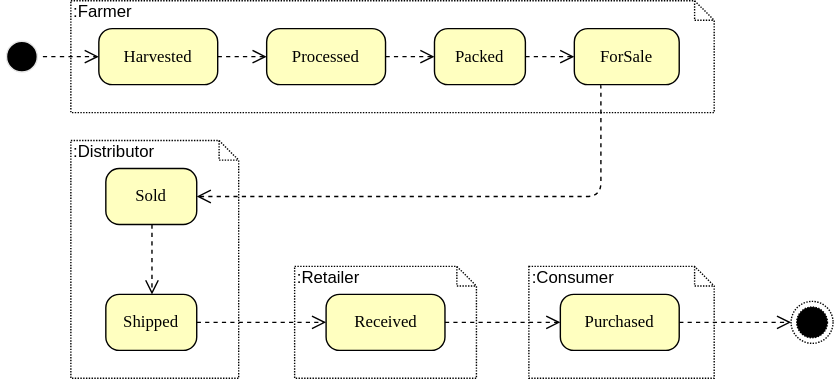
Before: uml/StateDiagram.svg, a diagram exported from draw.io (dcarpintero/dapp-supply-chain). Source tidied: cells renumbered, new cells last; positions are measured from the earlier drawing's top-left corner, leaving out a move shared by most shapes. The source it was exported from:
```xml
<mxGraphModel background="#ffffff">
  <root>
    <mxCell id="0" />
    <mxCell id="1" parent="0" />
    <mxCell id="2" style="edgeStyle=elbowEdgeStyle;html=1;labelBackgroundColor=none;endArrow=open;endSize=8;fontFamily=Verdana;fontSize=12;align=left;dashed=1;" parent="1" edge="1" source="3" target="8">
      <mxGeometry relative="1" as="geometry" />
    </mxCell>
    <mxCell id="3" value="Harvested" style="rounded=1;whiteSpace=wrap;html=1;arcSize=24;fillColor=#ffffc0;shadow=0;comic=0;labelBackgroundColor=none;fontFamily=Verdana;fontSize=12;fontColor=#000000;align=center;" parent="1" vertex="1">
      <mxGeometry x="70" y="20" width="85" height="40" as="geometry" />
    </mxCell>
    <mxCell id="4" style="ellipse;html=1;shape=endState;fillColor=#000000;rounded=1;shadow=0;comic=0;labelBackgroundColor=none;fontFamily=Verdana;fontSize=12;fontColor=#000000;align=center;dashed=1;dashPattern=1 1;" parent="1" vertex="1">
      <mxGeometry x="565" y="215" width="30" height="30" as="geometry" />
    </mxCell>
    <mxCell id="5" style="edgeStyle=elbowEdgeStyle;html=1;labelBackgroundColor=none;endArrow=open;endSize=8;fontFamily=Verdana;fontSize=12;align=left;dashed=1;" parent="1" edge="1" source="6" target="3">
      <mxGeometry relative="1" as="geometry" />
    </mxCell>
    <mxCell id="6" style="ellipse;html=1;shape=startState;fillColor=#000000;rounded=1;shadow=0;comic=0;labelBackgroundColor=none;fontFamily=Verdana;fontSize=12;fontColor=#000000;align=center;direction=south;strokeColor=#E6E6E6;" parent="1" vertex="1">
      <mxGeometry y="25" width="30" height="30" as="geometry" />
    </mxCell>
    <mxCell id="7" style="edgeStyle=elbowEdgeStyle;html=1;labelBackgroundColor=none;endArrow=open;endSize=8;fontFamily=Verdana;fontSize=12;align=left;dashed=1;" parent="1" edge="1" source="8" target="10">
      <mxGeometry relative="1" as="geometry" />
    </mxCell>
    <mxCell id="8" value="Processed" style="rounded=1;whiteSpace=wrap;html=1;arcSize=24;fillColor=#ffffc0;shadow=0;comic=0;labelBackgroundColor=none;fontFamily=Verdana;fontSize=12;fontColor=#000000;align=center;" parent="1" vertex="1">
      <mxGeometry x="190" y="20" width="85" height="40" as="geometry" />
    </mxCell>
    <mxCell id="9" style="edgeStyle=elbowEdgeStyle;html=1;labelBackgroundColor=none;endArrow=open;endSize=8;fontFamily=Verdana;fontSize=12;align=left;dashed=1;" parent="1" edge="1" source="19" target="4">
      <mxGeometry relative="1" as="geometry" />
    </mxCell>
    <mxCell id="10" value="Packed" style="rounded=1;whiteSpace=wrap;html=1;arcSize=24;fillColor=#ffffc0;shadow=0;comic=0;labelBackgroundColor=none;fontFamily=Verdana;fontSize=12;fontColor=#000000;align=center;" parent="1" vertex="1">
      <mxGeometry x="310" y="20" width="65" height="40" as="geometry" />
    </mxCell>
    <mxCell id="11" value="ForSale" style="rounded=1;whiteSpace=wrap;html=1;arcSize=24;fillColor=#ffffc0;shadow=0;comic=0;labelBackgroundColor=none;fontFamily=Verdana;fontSize=12;fontColor=#000000;align=center;" parent="1" vertex="1">
      <mxGeometry x="410" y="20" width="75" height="40" as="geometry" />
    </mxCell>
    <mxCell id="12" style="edgeStyle=elbowEdgeStyle;html=1;labelBackgroundColor=none;endArrow=open;endSize=8;fontFamily=Verdana;fontSize=12;align=left;dashed=1;" parent="1" edge="1" source="10" target="11">
      <mxGeometry relative="1" as="geometry" />
    </mxCell>
    <mxCell id="13" value="Sold" style="rounded=1;whiteSpace=wrap;html=1;arcSize=24;fillColor=#ffffc0;shadow=0;comic=0;labelBackgroundColor=none;fontFamily=Verdana;fontSize=12;fontColor=#000000;align=center;" parent="1" vertex="1">
      <mxGeometry x="75" y="120" width="65" height="40" as="geometry" />
    </mxCell>
    <mxCell id="14" style="edgeStyle=elbowEdgeStyle;html=1;labelBackgroundColor=none;endArrow=open;endSize=8;fontFamily=Verdana;fontSize=12;align=left;dashed=1;exitX=0.25;exitY=1;exitDx=0;exitDy=0;" parent="1" edge="1" source="11" target="13">
      <mxGeometry relative="1" as="geometry">
        <Array as="points">
          <mxPoint x="429" y="110" />
          <mxPoint x="380" y="150" />
        </Array>
      </mxGeometry>
    </mxCell>
    <mxCell id="15" value="Shipped" style="rounded=1;whiteSpace=wrap;html=1;arcSize=24;fillColor=#ffffc0;shadow=0;comic=0;labelBackgroundColor=none;fontFamily=Verdana;fontSize=12;fontColor=#000000;align=center;" parent="1" vertex="1">
      <mxGeometry x="75" y="210" width="65" height="40" as="geometry" />
    </mxCell>
    <mxCell id="16" style="edgeStyle=elbowEdgeStyle;html=1;labelBackgroundColor=none;endArrow=open;endSize=8;fontFamily=Verdana;fontSize=12;align=left;dashed=1;" parent="1" edge="1" source="13" target="15">
      <mxGeometry relative="1" as="geometry" />
    </mxCell>
    <mxCell id="17" value="Received" style="rounded=1;whiteSpace=wrap;html=1;arcSize=24;fillColor=#ffffc0;shadow=0;comic=0;labelBackgroundColor=none;fontFamily=Verdana;fontSize=12;fontColor=#000000;align=center;" parent="1" vertex="1">
      <mxGeometry x="232.5" y="210" width="85" height="40" as="geometry" />
    </mxCell>
    <mxCell id="18" style="edgeStyle=elbowEdgeStyle;html=1;labelBackgroundColor=none;endArrow=open;endSize=8;fontFamily=Verdana;fontSize=12;align=left;dashed=1;" parent="1" edge="1" source="15" target="17">
      <mxGeometry relative="1" as="geometry" />
    </mxCell>
    <mxCell id="19" value="Purchased" style="rounded=1;whiteSpace=wrap;html=1;arcSize=24;fillColor=#ffffc0;shadow=0;comic=0;labelBackgroundColor=none;fontFamily=Verdana;fontSize=12;fontColor=#000000;align=center;" parent="1" vertex="1">
      <mxGeometry x="400" y="210" width="85" height="40" as="geometry" />
    </mxCell>
    <mxCell id="20" style="edgeStyle=elbowEdgeStyle;html=1;labelBackgroundColor=none;endArrow=open;endSize=8;fontFamily=Verdana;fontSize=12;align=left;dashed=1;" parent="1" edge="1" source="17" target="19">
      <mxGeometry relative="1" as="geometry" />
    </mxCell>
    <mxCell id="21" value=":Farmer" style="shape=note;whiteSpace=wrap;html=1;size=14;verticalAlign=top;align=left;spacingTop=-6;dashed=1;dashPattern=1 1;strokeColor=#000000;fillColor=none;" parent="1" vertex="1">
      <mxGeometry x="50" width="460" height="80" as="geometry" />
    </mxCell>
    <mxCell id="22" value=":Distributor" style="shape=note;whiteSpace=wrap;html=1;size=14;verticalAlign=top;align=left;spacingTop=-6;dashed=1;dashPattern=1 1;strokeColor=#000000;fillColor=none;" parent="1" vertex="1">
      <mxGeometry x="50" y="100" width="120" height="170" as="geometry" />
    </mxCell>
    <mxCell id="23" value=":Retailer" style="shape=note;whiteSpace=wrap;html=1;size=14;verticalAlign=top;align=left;spacingTop=-6;dashed=1;dashPattern=1 1;strokeColor=#000000;fillColor=none;" parent="1" vertex="1">
      <mxGeometry x="210" y="190" width="130" height="80" as="geometry" />
    </mxCell>
    <mxCell id="24" value=":Consumer" style="shape=note;whiteSpace=wrap;html=1;size=14;verticalAlign=top;align=left;spacingTop=-6;dashed=1;dashPattern=1 1;strokeColor=#000000;fillColor=none;" parent="1" vertex="1">
      <mxGeometry x="377.5" y="190" width="132.5" height="80" as="geometry" />
    </mxCell>
  </root>
</mxGraphModel>
```
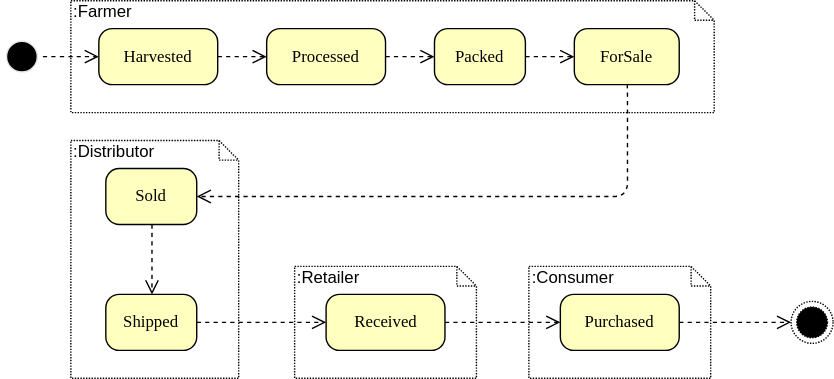
The same diagram one commit later.

The edit, as a diff of the source:
```diff
@@ -38,10 +38,10 @@
     <mxCell id="13" value="Sold" style="rounded=1;whiteSpace=wrap;html=1;arcSize=24;fillColor=#ffffc0;shadow=0;comic=0;labelBackgroundColor=none;fontFamily=Verdana;fontSize=12;fontColor=#000000;align=center;" parent="1" vertex="1">
       <mxGeometry x="75" y="120" width="65" height="40" as="geometry" />
     </mxCell>
-    <mxCell id="14" style="edgeStyle=elbowEdgeStyle;html=1;labelBackgroundColor=none;endArrow=open;endSize=8;fontFamily=Verdana;fontSize=12;align=left;dashed=1;exitX=0.25;exitY=1;exitDx=0;exitDy=0;" parent="1" edge="1" source="11" target="13">
+    <mxCell id="14" style="edgeStyle=elbowEdgeStyle;html=1;labelBackgroundColor=none;endArrow=open;endSize=8;fontFamily=Verdana;fontSize=12;align=left;dashed=1;exitX=0.5;exitY=1;exitDx=0;exitDy=0;" parent="1" edge="1" source="11" target="13">
       <mxGeometry relative="1" as="geometry">
         <Array as="points">
-          <mxPoint x="429" y="110" />
+          <mxPoint x="448" y="98" />
           <mxPoint x="380" y="150" />
         </Array>
       </mxGeometry>
@@ -74,7 +74,7 @@
       <mxGeometry x="210" y="190" width="130" height="80" as="geometry" />
     </mxCell>
     <mxCell id="24" value=":Consumer" style="shape=note;whiteSpace=wrap;html=1;size=14;verticalAlign=top;align=left;spacingTop=-6;dashed=1;dashPattern=1 1;strokeColor=#000000;fillColor=none;" parent="1" vertex="1">
-      <mxGeometry x="377.5" y="190" width="132.5" height="80" as="geometry" />
+      <mxGeometry x="377.5" y="190" width="130" height="80" as="geometry" />
     </mxCell>
   </root>
 </mxGraphModel>
```
